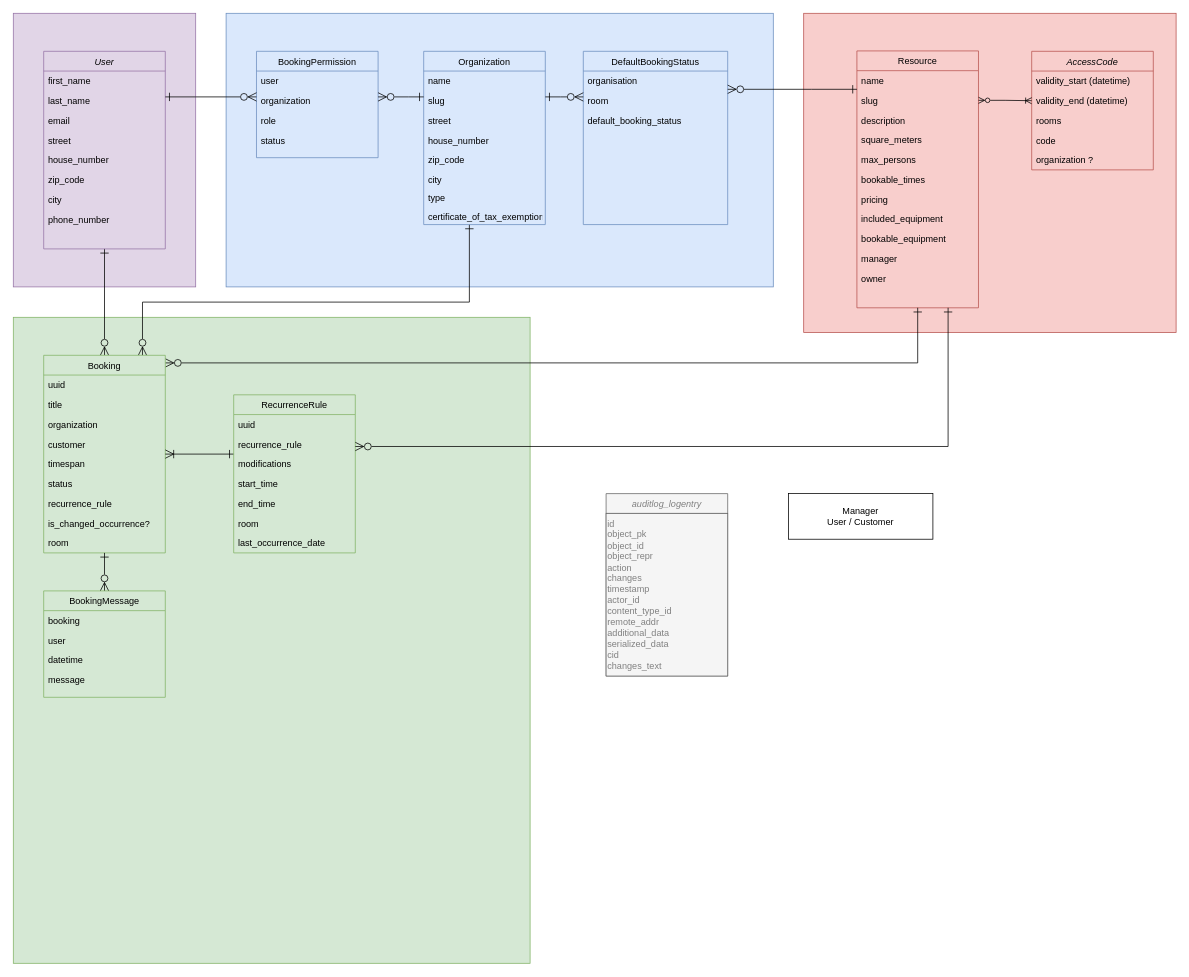
This is docs/modelling/erd-v1.1.5-simple_recurrence.drawio from Haus-des-Engagements/re-sharing, a draw.io file, before an edit. Source tidied: cells renumbered, new cells numbered last; positions are measured from the earlier drawing's top-left corner, leaving out a move shared by most shapes. Both pictures are drawn from the tidied source at 76%, with x=0, y=0 at pixel (13, 13).
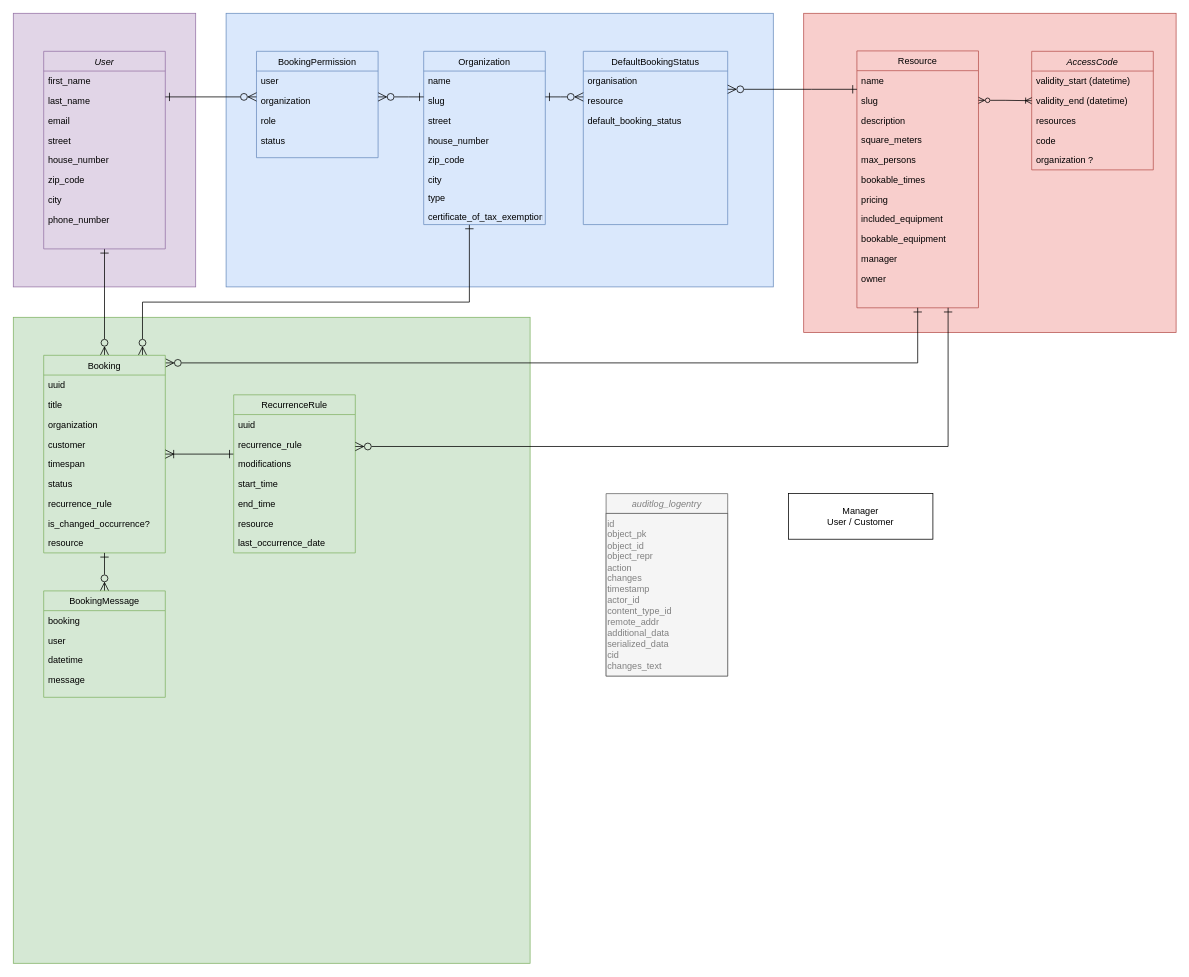
The same diagram, later.

Unchanged cells that the change refers to:
```xml
<mxCell id="41" value="Booking" style="swimlane;fontStyle=0;align=center;verticalAlign=top;horizontal=1;startSize=26;rounded=0;shadow=0;strokeWidth=1;fillColor=#d5e8d4;strokeColor=#82b366;" parent="1" vertex="1">
  <mxGeometry x="40" y="450" width="160" height="260" as="geometry" />
</mxCell>
<mxCell id="58" value="DefaultBookingStatus" style="swimlane;fontStyle=0;align=center;verticalAlign=top;horizontal=1;startSize=26;rounded=0;shadow=0;strokeWidth=1;fillColor=#dae8fc;strokeColor=#6c8ebf;" parent="1" vertex="1">
  <mxGeometry x="750" y="50" width="190" height="228" as="geometry" />
</mxCell>
<mxCell id="72" value="AccessCode" style="swimlane;fontStyle=2;align=center;verticalAlign=top;horizontal=1;startSize=26;rounded=0;shadow=0;strokeWidth=1;fillColor=#f8cecc;strokeColor=#b85450;" parent="1" vertex="1">
  <mxGeometry x="1340" y="50" width="160" height="156" as="geometry" />
</mxCell>
<mxCell id="79" value="RecurrenceRule" style="swimlane;fontStyle=0;align=center;verticalAlign=top;horizontal=1;startSize=26;rounded=0;shadow=0;strokeWidth=1;fillColor=#d5e8d4;strokeColor=#82b366;" parent="1" vertex="1">
  <mxGeometry x="290" y="502" width="160" height="208" as="geometry" />
</mxCell>
```

Diff of the diagram source:
```diff
@@
-    <mxCell id="50" value="room" style="text;align=left;verticalAlign=top;spacingLeft=4;spacingRight=4;overflow=hidden;rounded=0;shadow=0;html=0;" parent="41" vertex="1">
+    <mxCell id="50" value="resource" style="text;align=left;verticalAlign=top;spacingLeft=4;spacingRight=4;overflow=hidden;rounded=0;shadow=0;html=0;" parent="41" vertex="1">
       <mxGeometry y="234" width="160" height="26" as="geometry" />
     </mxCell>
@@
-    <mxCell id="60" value="room" style="text;align=left;verticalAlign=top;spacingLeft=4;spacingRight=4;overflow=hidden;rounded=0;shadow=0;html=0;" parent="58" vertex="1">
+    <mxCell id="60" value="resource" style="text;align=left;verticalAlign=top;spacingLeft=4;spacingRight=4;overflow=hidden;rounded=0;shadow=0;html=0;" parent="58" vertex="1">
       <mxGeometry y="52" width="190" height="26" as="geometry" />
     </mxCell>
@@
-    <mxCell id="75" value="rooms" style="text;align=left;verticalAlign=top;spacingLeft=4;spacingRight=4;overflow=hidden;rounded=0;shadow=0;html=0;" parent="72" vertex="1">
+    <mxCell id="75" value="resources" style="text;align=left;verticalAlign=top;spacingLeft=4;spacingRight=4;overflow=hidden;rounded=0;shadow=0;html=0;" parent="72" vertex="1">
       <mxGeometry y="78" width="160" height="26" as="geometry" />
     </mxCell>
@@
-    <mxCell id="85" value="room" style="text;align=left;verticalAlign=top;spacingLeft=4;spacingRight=4;overflow=hidden;rounded=0;shadow=0;html=0;" parent="79" vertex="1">
+    <mxCell id="85" value="resource" style="text;align=left;verticalAlign=top;spacingLeft=4;spacingRight=4;overflow=hidden;rounded=0;shadow=0;html=0;" parent="79" vertex="1">
       <mxGeometry y="156" width="160" height="26" as="geometry" />
     </mxCell>
```
